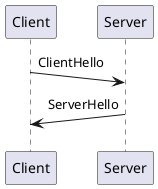
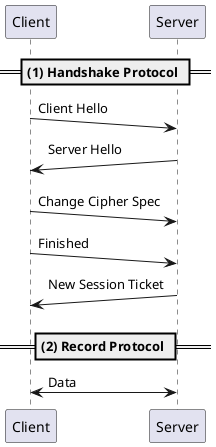
@startuml
- Client ->(10) Server: ClientHello
- Server ->(10) Client: ServerHello
+ == (1) Handshake Protocol ==
+ Client ->(10) Server: Client Hello
+ Server ->(10) Client: Server Hello
+ Client ->(10) Server: Change Cipher Spec
+ Client ->(10) Server: Finished
+ Server ->(10) Client: New Session Ticket
+ == (2) Record Protocol ==
+ Client <-> Server: Data
@enduml
